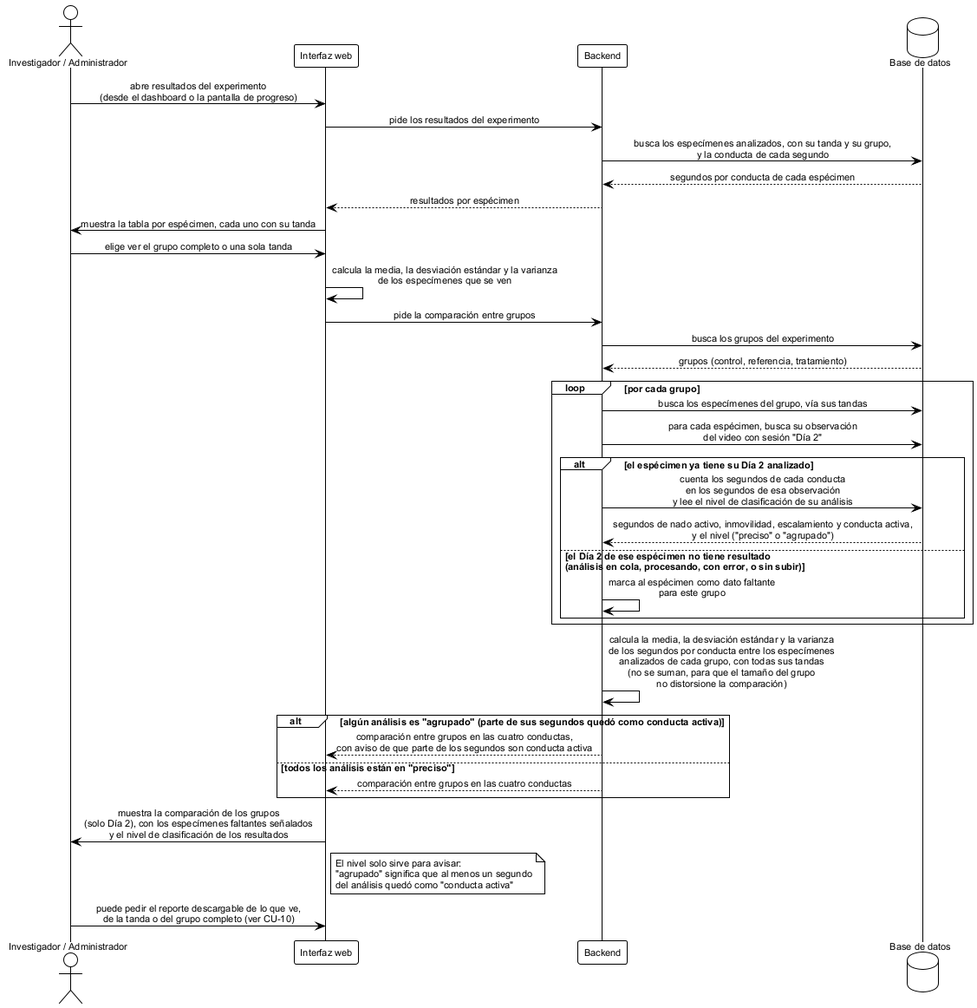
Above: figures/diagramas/seq_consulta_resultados.png in ErickJester/fst-ai-system-latex (PlantUML), before the change.
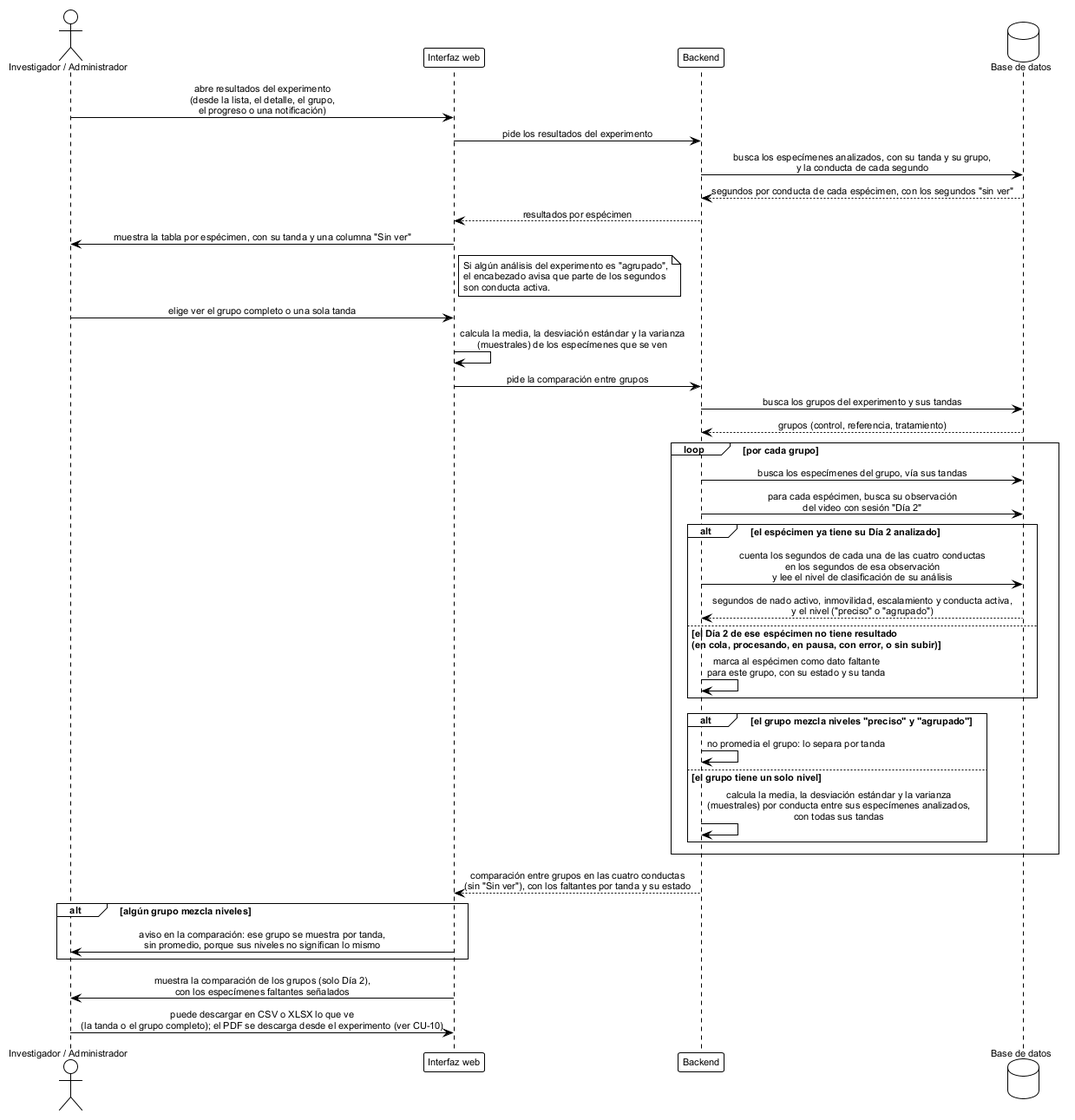
Above is the later version.

What changed in the source:
```diff
@@ -12,16 +12,21 @@
 participant Backend as api
 database "Base de datos" as db
 
-inv -> ui: abre resultados del experimento\n(desde el dashboard o la pantalla de progreso)
+inv -> ui: abre resultados del experimento\n(desde la lista, el detalle, el grupo,\nel progreso o una notificación)
 ui -> api: pide los resultados del experimento
 api -> db: busca los especímenes analizados, con su tanda y su grupo,\ny la conducta de cada segundo
-db --> api: segundos por conducta de cada espécimen
+db --> api: segundos por conducta de cada espécimen, con los segundos "sin ver"
 api --> ui: resultados por espécimen
-ui -> inv: muestra la tabla por espécimen, cada uno con su tanda
+ui -> inv: muestra la tabla por espécimen, con su tanda y una columna "Sin ver"
+note right of ui
+  Si algún análisis del experimento es "agrupado",
+  el encabezado avisa que parte de los segundos
+  son conducta activa.
+end note
 inv -> ui: elige ver el grupo completo o una sola tanda
-ui -> ui: calcula la media, la desviación estándar y la varianza\nde los especímenes que se ven
+ui -> ui: calcula la media, la desviación estándar y la varianza\n(muestrales) de los especímenes que se ven
 ui -> api: pide la comparación entre grupos
-api -> db: busca los grupos del experimento
+api -> db: busca los grupos del experimento y sus tandas
 
 db --> api: grupos (control, referencia, tratamiento)
 
@@ -30,27 +35,24 @@
   api -> db: para cada espécimen, busca su observación\ndel video con sesión "Día 2"
 
   alt el espécimen ya tiene su Día 2 analizado
-    api -> db: cuenta los segundos de cada conducta\nen los segundos de esa observación\ny lee el nivel de clasificación de su análisis
+    api -> db: cuenta los segundos de cada una de las cuatro conductas\nen los segundos de esa observación\ny lee el nivel de clasificación de su análisis
     db --> api: segundos de nado activo, inmovilidad, escalamiento y conducta activa,\ny el nivel ("preciso" o "agrupado")
-  else el Día 2 de ese espécimen no tiene resultado\n(análisis en cola, procesando, con error, o sin subir)
-    api -> api: marca al espécimen como dato faltante\npara este grupo
+  else el Día 2 de ese espécimen no tiene resultado\n(en cola, procesando, en pausa, con error, o sin subir)
+    api -> api: marca al espécimen como dato faltante\npara este grupo, con su estado y su tanda
+  end
+
+  alt el grupo mezcla niveles "preciso" y "agrupado"
+    api -> api: no promedia el grupo: lo separa por tanda
+  else el grupo tiene un solo nivel
+    api -> api: calcula la media, la desviación estándar y la varianza\n(muestrales) por conducta entre sus especímenes analizados,\ncon todas sus tandas
   end
 end
 
-api -> api: calcula la media, la desviación estándar y la varianza\nde los segundos por conducta entre los especímenes\nanalizados de cada grupo, con todas sus tandas\n(no se suman, para que el tamaño del grupo\nno distorsione la comparación)
-
-alt algún análisis es "agrupado" (parte de sus segundos quedó como conducta activa)
-  api --> ui: comparación entre grupos en las cuatro conductas,\ncon aviso de que parte de los segundos son conducta activa
-else todos los análisis están en "preciso"
-  api --> ui: comparación entre grupos en las cuatro conductas
+api --> ui: comparación entre grupos en las cuatro conductas\n(sin "Sin ver"), con los faltantes por tanda y su estado
+alt algún grupo mezcla niveles
+  ui -> inv: aviso en la comparación: ese grupo se muestra por tanda,\nsin promedio, porque sus niveles no significan lo mismo
 end
-
-ui -> inv: muestra la comparación de los grupos\n(solo Día 2), con los especímenes faltantes señalados\ny el nivel de clasificación de los resultados
-note right of ui
-  El nivel solo sirve para avisar:
-  "agrupado" significa que al menos un segundo
-  del análisis quedó como "conducta activa"
-end note
-inv -> ui: puede pedir el reporte descargable de lo que ve,\nde la tanda o del grupo completo (ver CU-10)
+ui -> inv: muestra la comparación de los grupos (solo Día 2),\ncon los especímenes faltantes señalados
+inv -> ui: puede descargar en CSV o XLSX lo que ve\n(la tanda o el grupo completo); el PDF se descarga desde el experimento (ver CU-10)
 
 @enduml
```
